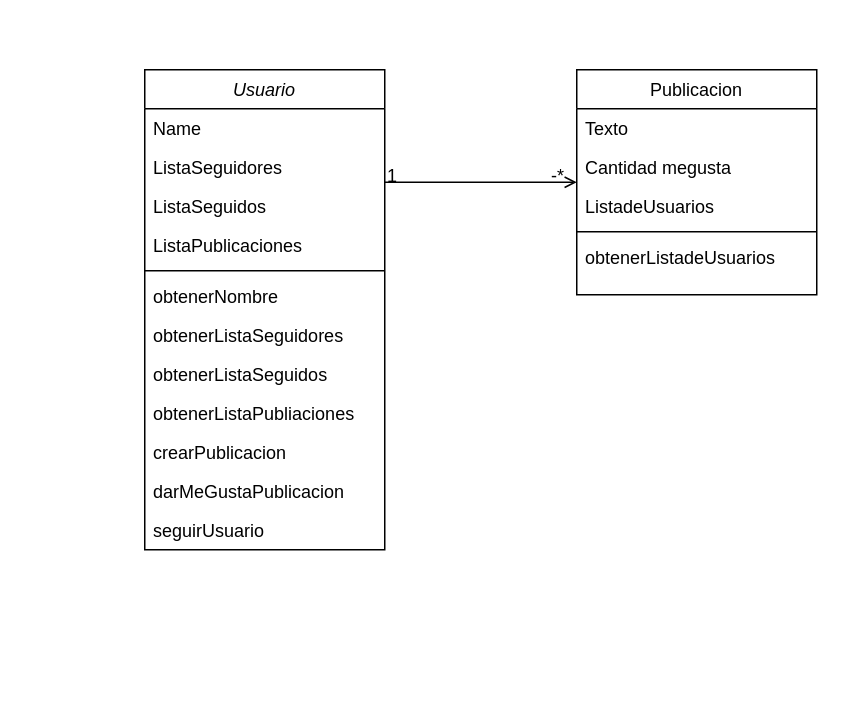
This is RedSocial.drawio from AgustinaFontana/1prueba, a draw.io file, before an edit. Source tidied: cells renumbered, new cells numbered last; positions are measured from the earlier drawing's top-left corner, leaving out a move shared by most shapes. Both pictures are drawn from the tidied source at 150%, with x=0, y=0 at pixel (144, 69).
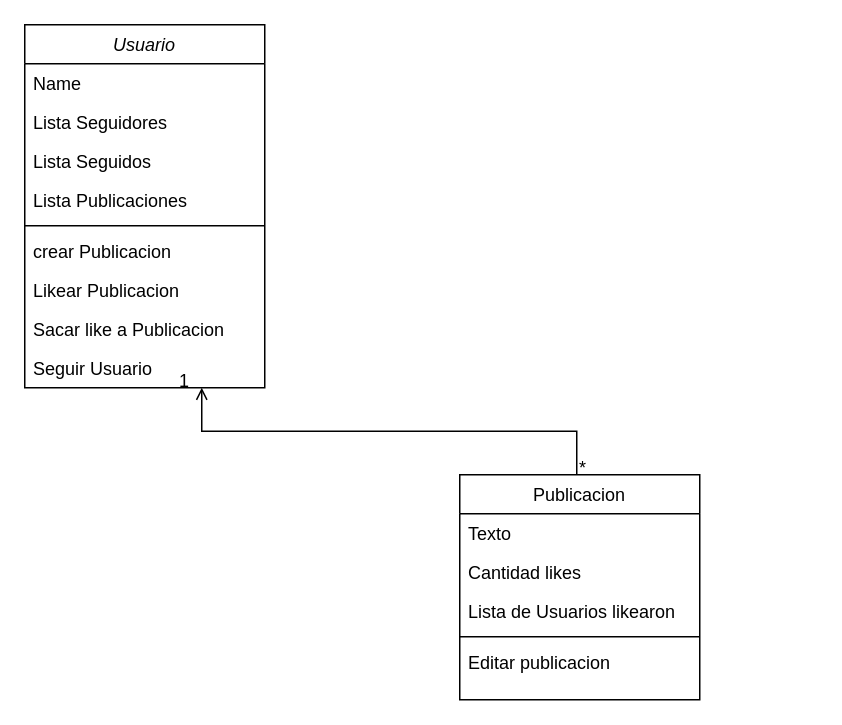
The same diagram, later.

Diff of the diagram source:
```diff
@@
     <mxCell id="2" value="Usuario" style="swimlane;fontStyle=2;align=center;verticalAlign=top;horizontal=1;startSize=26;rounded=0;shadow=0;strokeWidth=1;" parent="1" vertex="1">
-      <mxGeometry width="160" height="320" as="geometry" />
+      <mxGeometry x="-80" y="-30" width="160" height="242" as="geometry" />
     </mxCell>
@@
-    <mxCell id="4" value="ListaSeguidores" style="text;align=left;verticalAlign=top;spacingLeft=4;spacingRight=4;overflow=hidden;" parent="2" vertex="1">
+    <mxCell id="4" value="Lista Seguidores" style="text;align=left;verticalAlign=top;spacingLeft=4;spacingRight=4;overflow=hidden;" parent="2" vertex="1">
       <mxGeometry y="52" width="160" height="26" as="geometry" />
     </mxCell>
-    <mxCell id="5" value="ListaSeguidos" style="text;align=left;verticalAlign=top;spacingLeft=4;spacingRight=4;overflow=hidden;" parent="2" vertex="1">
+    <mxCell id="5" value="Lista Seguidos" style="text;align=left;verticalAlign=top;spacingLeft=4;spacingRight=4;overflow=hidden;" parent="2" vertex="1">
       <mxGeometry y="78" width="160" height="26" as="geometry" />
     </mxCell>
-    <mxCell id="6" value="ListaPublicaciones" style="text;align=left;verticalAlign=top;spacingLeft=4;spacingRight=4;overflow=hidden;" parent="2" vertex="1">
+    <mxCell id="6" value="Lista Publicaciones" style="text;align=left;verticalAlign=top;spacingLeft=4;spacingRight=4;overflow=hidden;" parent="2" vertex="1">
       <mxGeometry y="104" width="160" height="26" as="geometry" />
     </mxCell>
@@
-    <mxCell id="8" value="obtenerNombre" style="text;align=left;verticalAlign=top;spacingLeft=4;spacingRight=4;overflow=hidden;" parent="2" vertex="1">
-      <mxGeometry y="138" width="160" height="26" as="geometry" />
-    </mxCell>
-    <mxCell id="9" value="obtenerListaSeguidores " style="text;align=left;verticalAlign=top;spacingLeft=4;spacingRight=4;overflow=hidden;" parent="2" vertex="1">
-      <mxGeometry y="164" width="160" height="26" as="geometry" />
-    </mxCell>
-    <mxCell id="10" value="obtenerListaSeguidos " style="text;align=left;verticalAlign=top;spacingLeft=4;spacingRight=4;overflow=hidden;" parent="2" vertex="1">
-      <mxGeometry y="190" width="160" height="26" as="geometry" />
-    </mxCell>
-    <mxCell id="11" value="obtenerListaPubliaciones" style="text;align=left;verticalAlign=top;spacingLeft=4;spacingRight=4;overflow=hidden;" parent="2" vertex="1">
-      <mxGeometry y="216" width="160" height="26" as="geometry" />
-    </mxCell>
-    <mxCell id="12" value="crearPublicacion" style="text;align=left;verticalAlign=top;spacingLeft=4;spacingRight=4;overflow=hidden;" parent="2" vertex="1">
-      <mxGeometry y="242" width="160" height="26" as="geometry" />
+    <mxCell id="12" value="crear Publicacion" style="text;align=left;verticalAlign=top;spacingLeft=4;spacingRight=4;overflow=hidden;" parent="2" vertex="1">
+      <mxGeometry y="138" width="160" height="26" as="geometry" />
     </mxCell>
-    <mxCell id="13" value="darMeGustaPublicacion" style="text;align=left;verticalAlign=top;spacingLeft=4;spacingRight=4;overflow=hidden;" parent="2" vertex="1">
-      <mxGeometry y="268" width="160" height="26" as="geometry" />
+    <mxCell id="13" value="Likear Publicacion" style="text;align=left;verticalAlign=top;spacingLeft=4;spacingRight=4;overflow=hidden;" parent="2" vertex="1">
+      <mxGeometry y="164" width="160" height="26" as="geometry" />
     </mxCell>
-    <mxCell id="14" value="seguirUsuario" style="text;align=left;verticalAlign=top;spacingLeft=4;spacingRight=4;overflow=hidden;" parent="2" vertex="1">
-      <mxGeometry y="294" width="160" height="26" as="geometry" />
-    </mxCell>
+    <mxCell id="24" value="Sacar like a Publicacion" style="text;align=left;verticalAlign=top;spacingLeft=4;spacingRight=4;overflow=hidden;" parent="2" vertex="1">
+      <mxGeometry y="190" width="160" height="26" as="geometry" />
+    </mxCell>
+    <mxCell id="25" value="Seguir Usuario" style="text;align=left;verticalAlign=top;spacingLeft=4;spacingRight=4;overflow=hidden;" parent="2" vertex="1">
+      <mxGeometry y="216" width="160" height="26" as="geometry" />
+    </mxCell>
     <mxCell id="15" value="Publicacion" style="swimlane;fontStyle=0;align=center;verticalAlign=top;horizontal=1;startSize=26;rounded=0;shadow=0;strokeWidth=1;" parent="1" vertex="1">
-      <mxGeometry x="288" width="160" height="150" as="geometry" />
+      <mxGeometry x="210" y="270" width="160" height="150" as="geometry" />
     </mxCell>
@@
-    <mxCell id="17" value="Cantidad megusta" style="text;align=left;verticalAlign=top;spacingLeft=4;spacingRight=4;overflow=hidden;rounded=0;shadow=0;html=0;" parent="15" vertex="1">
+    <mxCell id="17" value="Cantidad likes&#10;" style="text;align=left;verticalAlign=top;spacingLeft=4;spacingRight=4;overflow=hidden;rounded=0;shadow=0;html=0;" parent="15" vertex="1">
       <mxGeometry y="52" width="160" height="26" as="geometry" />
     </mxCell>
-    <mxCell id="18" value="ListadeUsuarios " style="text;align=left;verticalAlign=top;spacingLeft=4;spacingRight=4;overflow=hidden;rounded=0;shadow=0;html=0;" parent="15" vertex="1">
+    <mxCell id="18" value="Lista de Usuarios likearon " style="text;align=left;verticalAlign=top;spacingLeft=4;spacingRight=4;overflow=hidden;rounded=0;shadow=0;html=0;" parent="15" vertex="1">
       <mxGeometry y="78" width="160" height="26" as="geometry" />
     </mxCell>
@@
-    <mxCell id="20" value="obtenerListadeUsuarios" style="text;align=left;verticalAlign=top;spacingLeft=4;spacingRight=4;overflow=hidden;" parent="15" vertex="1">
+    <mxCell id="20" value="Editar publicacion" style="text;align=left;verticalAlign=top;spacingLeft=4;spacingRight=4;overflow=hidden;" parent="15" vertex="1">
       <mxGeometry y="112" width="160" height="26" as="geometry" />
     </mxCell>
-    <mxCell id="21" style="endArrow=open;shadow=0;strokeWidth=1;rounded=0;endFill=1;edgeStyle=elbowEdgeStyle;elbow=vertical;" parent="1" edge="1" source="2" target="15">
+    <mxCell id="21" style="endArrow=open;shadow=0;strokeWidth=1;rounded=0;endFill=1;edgeStyle=elbowEdgeStyle;elbow=vertical;" parent="1" edge="1">
       <mxGeometry x="0.5" y="41" relative="1" as="geometry">
+        <mxPoint x="288" y="270" as="sourcePoint" />
+        <mxPoint x="38" y="212" as="targetPoint" />
         <mxPoint x="-40" y="32" as="offset" />
       </mxGeometry>
     </mxCell>
-    <mxCell id="22" value="1" style="align=left;verticalAlign=bottom;labelBackgroundColor=none;fontSize=12;" parent="21" vertex="1">
+    <mxCell id="22" value="*" style="align=left;verticalAlign=bottom;labelBackgroundColor=none;fontSize=12;" parent="21" vertex="1">
       <mxGeometry x="-1" relative="1" as="geometry">
         <mxPoint y="4" as="offset" />
       </mxGeometry>
     </mxCell>
-    <mxCell id="23" value="-*" style="align=right;verticalAlign=bottom;labelBackgroundColor=none;fontSize=12;" parent="21" vertex="1">
+    <mxCell id="23" value="1" style="align=right;verticalAlign=bottom;labelBackgroundColor=none;fontSize=12;" parent="21" vertex="1">
       <mxGeometry x="1" relative="1" as="geometry">
         <mxPoint x="-7" y="4" as="offset" />
       </mxGeometry>
     </mxCell>
```
